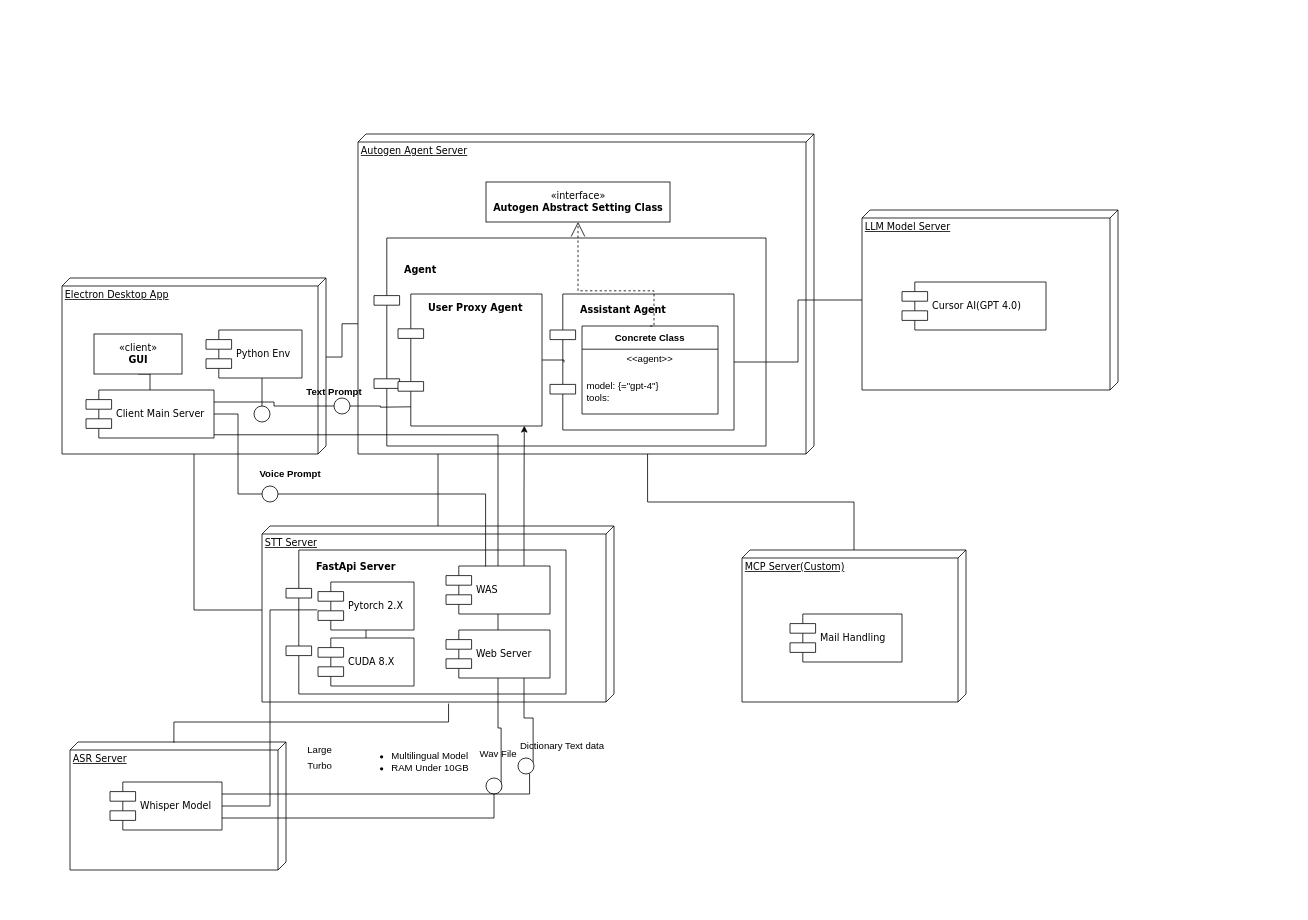
llooll20/testforgit keeps this draw.io diagram as Whole System Component Diagram.drawio. Above is the earlier version. Source tidied: cells renumbered, new cells numbered last; positions are measured from the earlier drawing's top-left corner, leaving out a move shared by most shapes. Both pictures are drawn from the tidied source at 80%, with x=0, y=0 at pixel (62, 134).
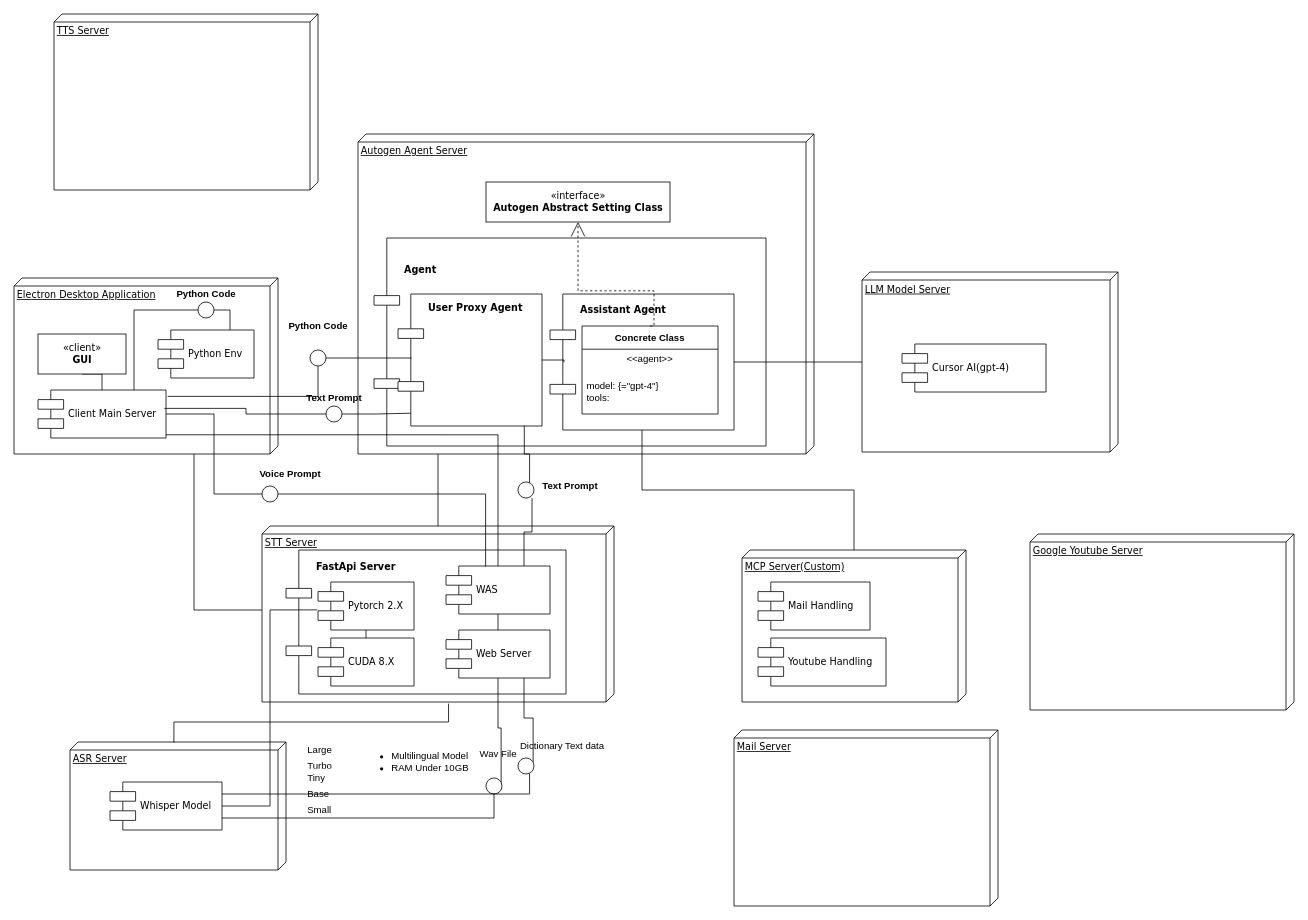
Above is the later version.

Unchanged cells that the change refers to:
```xml
<mxCell id="5" value="Autogen Agent Server" style="verticalAlign=top;align=left;spacingTop=8;spacingLeft=2;spacingRight=12;shape=cube;size=10;direction=south;fontStyle=4;html=1;rounded=0;shadow=0;comic=0;labelBackgroundColor=none;strokeWidth=1;fontFamily=Verdana;fontSize=12;" parent="1" vertex="1">
  <mxGeometry x="370" width="570" height="400" as="geometry" />
</mxCell>
<mxCell id="20" value="MCP Server(Custom)" style="verticalAlign=top;align=left;spacingTop=8;spacingLeft=2;spacingRight=12;shape=cube;size=10;direction=south;fontStyle=4;html=1;rounded=0;shadow=0;comic=0;labelBackgroundColor=none;strokeWidth=1;fontFamily=Verdana;fontSize=12;" parent="1" vertex="1">
  <mxGeometry x="850" y="520" width="280" height="190" as="geometry" />
</mxCell>
<mxCell id="41" value="WAS" style="shape=component;align=left;spacingLeft=36;rounded=0;shadow=0;comic=0;labelBackgroundColor=none;strokeWidth=1;fontFamily=Verdana;fontSize=12;html=1;" parent="1" vertex="1">
  <mxGeometry x="480" y="540" width="130" height="60" as="geometry" />
</mxCell>
<mxCell id="48" value="&lt;h4 style=&quot;padding-bottom: 130px;&quot;&gt;Assistant Agent&lt;/h4&gt;" style="shape=component;align=left;spacingLeft=36;rounded=0;shadow=0;comic=0;labelBackgroundColor=none;strokeWidth=1;fontFamily=Verdana;fontSize=12;html=1;" parent="1" vertex="1">
  <mxGeometry x="610" y="200" width="230" height="170" as="geometry" />
</mxCell>
<mxCell id="49" value="Concrete Class" style="swimlane;fontStyle=1;align=center;verticalAlign=middle;horizontal=1;startSize=29;html=1;whiteSpace=wrap;" parent="1" vertex="1">
  <mxGeometry x="650" y="240" width="170" height="110" as="geometry" />
</mxCell>
<mxCell id="53" value="&lt;h4 style=&quot;padding-bottom: 130px;&quot;&gt;User Proxy Agent&lt;/h4&gt;" style="shape=component;align=left;spacingLeft=36;rounded=0;shadow=0;comic=0;labelBackgroundColor=none;strokeWidth=1;fontFamily=Verdana;fontSize=12;html=1;" parent="1" vertex="1">
  <mxGeometry x="420" y="200" width="180" height="165" as="geometry" />
</mxCell>
```

What changed in the source:
```diff
@@
-    <mxCell id="2" style="edgeStyle=orthogonalEdgeStyle;rounded=0;jettySize=auto;html=1;endArrow=none;startFill=0;entryX=0.593;entryY=0.998;entryDx=0;entryDy=0;entryPerimeter=0;exitX=0.449;exitY=0.004;exitDx=0;exitDy=0;exitPerimeter=0;" parent="1" edge="1" source="3" target="5">
-      <mxGeometry relative="1" as="geometry" />
-    </mxCell>
-    <mxCell id="3" value="Electron Desktop App" style="verticalAlign=top;align=left;spacingTop=8;spacingLeft=2;spacingRight=12;shape=cube;size=10;direction=south;fontStyle=4;html=1;rounded=0;shadow=0;comic=0;labelBackgroundColor=none;strokeWidth=1;fontFamily=Verdana;fontSize=12;" parent="1" vertex="1">
-      <mxGeometry y="180" width="330" height="220" as="geometry" />
+    <mxCell id="3" value="Electron Desktop Application" style="verticalAlign=top;align=left;spacingTop=8;spacingLeft=2;spacingRight=12;shape=cube;size=10;direction=south;fontStyle=4;html=1;rounded=0;shadow=0;comic=0;labelBackgroundColor=none;strokeWidth=1;fontFamily=Verdana;fontSize=12;" parent="1" vertex="1">
+      <mxGeometry x="-60" y="180" width="330" height="220" as="geometry" />
     </mxCell>
-    <mxCell id="4" style="edgeStyle=orthogonalEdgeStyle;rounded=0;jettySize=auto;html=1;exitX=1;exitY=0.365;exitDx=0;exitDy=0;exitPerimeter=0;endArrow=none;startFill=0;" parent="1" edge="1" source="5" target="20">
-      <mxGeometry relative="1" as="geometry" />
-    </mxCell>
@@
     <mxCell id="8" value="«client»&lt;br&gt;&lt;b&gt;GUI&lt;/b&gt;" style="html=1;rounded=0;shadow=0;comic=0;labelBackgroundColor=none;strokeWidth=1;fontFamily=Verdana;fontSize=12;align=center;" parent="1" vertex="1">
-      <mxGeometry x="40" y="250" width="110" height="50" as="geometry" />
+      <mxGeometry x="-30" y="250" width="110" height="50" as="geometry" />
     </mxCell>
@@
     <mxCell id="11" value="Python Env" style="shape=component;align=left;spacingLeft=36;rounded=0;shadow=0;comic=0;labelBackgroundColor=none;strokeWidth=1;fontFamily=Verdana;fontSize=12;html=1;" parent="1" vertex="1">
-      <mxGeometry x="180" y="245" width="120" height="60" as="geometry" />
+      <mxGeometry x="120" y="245" width="120" height="60" as="geometry" />
     </mxCell>
-    <mxCell id="12" style="ellipse;whiteSpace=wrap;html=1;rounded=0;shadow=0;comic=0;labelBackgroundColor=none;strokeWidth=1;fontFamily=Verdana;fontSize=12;align=center;" parent="1" vertex="1">
-      <mxGeometry x="240" y="340" width="20" height="20" as="geometry" />
-    </mxCell>
@@
-    <mxCell id="16" style="edgeStyle=elbowEdgeStyle;rounded=0;html=1;labelBackgroundColor=none;startArrow=none;startFill=0;startSize=8;endArrow=none;endFill=0;endSize=16;fontFamily=Verdana;fontSize=12;" parent="1" edge="1" source="12" target="11">
-      <mxGeometry relative="1" as="geometry" />
-    </mxCell>
@@
     <mxCell id="19" value="LLM Model Server" style="verticalAlign=top;align=left;spacingTop=8;spacingLeft=2;spacingRight=12;shape=cube;size=10;direction=south;fontStyle=4;html=1;rounded=0;shadow=0;comic=0;labelBackgroundColor=none;strokeWidth=1;fontFamily=Verdana;fontSize=12;" parent="1" vertex="1">
-      <mxGeometry x="1000" y="95" width="320" height="225" as="geometry" />
+      <mxGeometry x="1000" y="172.5" width="320" height="225" as="geometry" />
     </mxCell>
@@
     <mxCell id="24" style="shape=table;startSize=0;childLayout=tableLayout;fontSize=11;fillColor=none;strokeColor=none;" parent="1" vertex="1">
-      <mxGeometry x="300" y="760" width="60" height="50" as="geometry" />
+      <mxGeometry x="300" y="760" width="60" height="115" as="geometry" />
     </mxCell>
@@
     <mxCell id="29" style="shape=tableRow;horizontal=0;startSize=0;swimlaneHead=0;swimlaneBody=0;strokeColor=inherit;top=0;left=0;bottom=0;right=0;fillColor=none;fontSize=16;" parent="24" vertex="1">
-      <mxGeometry y="35" width="60" height="15" as="geometry" />
+      <mxGeometry y="35" width="60" height="20" as="geometry" />
     </mxCell>
-    <mxCell id="30" style="shape=partialRectangle;html=1;whiteSpace=wrap;strokeColor=inherit;overflow=hidden;fillColor=none;top=0;left=0;bottom=0;right=0;fontSize=12;align=left;spacingLeft=5;" parent="29" vertex="1">
-      <mxGeometry width="60" height="15" as="geometry" />
+    <mxCell id="30" value="Tiny" style="shape=partialRectangle;html=1;whiteSpace=wrap;strokeColor=inherit;overflow=hidden;fillColor=none;top=0;left=0;bottom=0;right=0;fontSize=12;align=left;spacingLeft=5;" parent="29" vertex="1">
+      <mxGeometry width="60" height="20" as="geometry" />
     </mxCell>
+    <mxCell id="66" style="shape=tableRow;horizontal=0;startSize=0;swimlaneHead=0;swimlaneBody=0;strokeColor=inherit;top=0;left=0;bottom=0;right=0;fillColor=none;fontSize=16;" parent="24" vertex="1">
+      <mxGeometry y="55" width="60" height="20" as="geometry" />
+    </mxCell>
+    <mxCell id="67" value="Base" style="shape=partialRectangle;html=1;whiteSpace=wrap;strokeColor=inherit;overflow=hidden;fillColor=none;top=0;left=0;bottom=0;right=0;fontSize=12;align=left;spacingLeft=5;" parent="66" vertex="1">
+      <mxGeometry width="60" height="20" as="geometry" />
+    </mxCell>
+    <mxCell id="68" style="shape=tableRow;horizontal=0;startSize=0;swimlaneHead=0;swimlaneBody=0;strokeColor=inherit;top=0;left=0;bottom=0;right=0;fillColor=none;fontSize=16;" parent="24" vertex="1">
+      <mxGeometry y="75" width="60" height="20" as="geometry" />
+    </mxCell>
+    <mxCell id="69" value="Small" style="shape=partialRectangle;html=1;whiteSpace=wrap;strokeColor=inherit;overflow=hidden;fillColor=none;top=0;left=0;bottom=0;right=0;fontSize=12;align=left;spacingLeft=5;" parent="68" vertex="1">
+      <mxGeometry width="60" height="20" as="geometry" />
+    </mxCell>
+    <mxCell id="70" style="shape=tableRow;horizontal=0;startSize=0;swimlaneHead=0;swimlaneBody=0;strokeColor=inherit;top=0;left=0;bottom=0;right=0;fillColor=none;fontSize=16;" parent="24" vertex="1">
+      <mxGeometry y="95" width="60" height="20" as="geometry" />
+    </mxCell>
+    <mxCell id="71" style="shape=partialRectangle;html=1;whiteSpace=wrap;strokeColor=inherit;overflow=hidden;fillColor=none;top=0;left=0;bottom=0;right=0;fontSize=12;align=left;spacingLeft=5;" parent="70" vertex="1">
+      <mxGeometry width="60" height="20" as="geometry" />
+    </mxCell>
@@
     <mxCell id="32" value="Mail Handling" style="shape=component;align=left;spacingLeft=36;rounded=0;shadow=0;comic=0;labelBackgroundColor=none;strokeWidth=1;fontFamily=Verdana;fontSize=12;html=1;" parent="1" vertex="1">
-      <mxGeometry x="910" y="600" width="140" height="60" as="geometry" />
+      <mxGeometry x="870" y="560" width="140" height="60" as="geometry" />
     </mxCell>
-    <mxCell id="33" value="Cursor AI(GPT 4.0)" style="shape=component;align=left;spacingLeft=36;rounded=0;shadow=0;comic=0;labelBackgroundColor=none;strokeWidth=1;fontFamily=Verdana;fontSize=12;html=1;" parent="1" vertex="1">
-      <mxGeometry x="1050" y="185" width="180" height="60" as="geometry" />
+    <mxCell id="33" value="Cursor AI(gpt-4)" style="shape=component;align=left;spacingLeft=36;rounded=0;shadow=0;comic=0;labelBackgroundColor=none;strokeWidth=1;fontFamily=Verdana;fontSize=12;html=1;" parent="1" vertex="1">
+      <mxGeometry x="1050" y="262.5" width="180" height="60" as="geometry" />
     </mxCell>
@@
+    <mxCell id="72" style="edgeStyle=orthogonalEdgeStyle;rounded=0;jettySize=auto;html=1;exitX=0.75;exitY=0;exitDx=0;exitDy=0;entryX=0;entryY=0.5;entryDx=0;entryDy=0;endArrow=none;startFill=0;" parent="1" edge="1" source="38" target="81">
+      <mxGeometry relative="1" as="geometry" />
+    </mxCell>
     <mxCell id="38" value="Client Main Server" style="shape=component;align=left;spacingLeft=36;rounded=0;shadow=0;comic=0;labelBackgroundColor=none;strokeWidth=1;fontFamily=Verdana;fontSize=12;html=1;" parent="1" vertex="1">
-      <mxGeometry x="30" y="320" width="160" height="60" as="geometry" />
+      <mxGeometry x="-30" y="320" width="160" height="60" as="geometry" />
     </mxCell>
@@
-    <mxCell id="40" style="edgeStyle=orthogonalEdgeStyle;rounded=0;jettySize=auto;html=1;exitX=0.75;exitY=0;exitDx=0;exitDy=0;entryX=0.877;entryY=0.998;entryDx=0;entryDy=0;entryPerimeter=0;" parent="1" edge="1" source="41" target="53">
-      <mxGeometry relative="1" as="geometry" />
-    </mxCell>
@@
-    <mxCell id="51" value="model: {=&quot;gpt-4&quot;}&lt;div&gt;tools:&amp;nbsp;&lt;/div&gt;" style="text;html=1;strokeColor=none;fillColor=none;align=left;verticalAlign=middle;spacingLeft=4;spacingRight=4;overflow=hidden;whiteSpace=wrap;" parent="49" vertex="1">
+    <mxCell id="51" value="model: {=&quot;gpt-4&quot;}&lt;div&gt;tools:&lt;/div&gt;" style="text;html=1;strokeColor=none;fillColor=none;align=left;verticalAlign=middle;spacingLeft=4;spacingRight=4;overflow=hidden;whiteSpace=wrap;" parent="49" vertex="1">
       <mxGeometry y="54" width="170" height="56" as="geometry" />
     </mxCell>
@@
     <mxCell id="55" style="ellipse;whiteSpace=wrap;html=1;rounded=0;shadow=0;comic=0;labelBackgroundColor=none;strokeWidth=1;fontFamily=Verdana;fontSize=12;align=center;" parent="1" vertex="1">
-      <mxGeometry x="340" y="330" width="20" height="20" as="geometry" />
+      <mxGeometry x="330" y="340" width="20" height="20" as="geometry" />
     </mxCell>
-    <mxCell id="56" style="edgeStyle=elbowEdgeStyle;rounded=0;html=1;labelBackgroundColor=none;startArrow=none;startFill=0;startSize=8;endArrow=none;endFill=0;endSize=16;fontFamily=Verdana;fontSize=12;entryX=1;entryY=0.25;entryDx=0;entryDy=0;" parent="1" edge="1" source="55" target="38">
-      <mxGeometry relative="1" as="geometry" />
+    <mxCell id="56" style="edgeStyle=elbowEdgeStyle;rounded=0;html=1;labelBackgroundColor=none;startArrow=none;startFill=0;startSize=8;endArrow=none;endFill=0;endSize=16;fontFamily=Verdana;fontSize=12;entryX=0.988;entryY=0.383;entryDx=0;entryDy=0;entryPerimeter=0;" parent="1" edge="1" source="55" target="38">
+      <mxGeometry relative="1" as="geometry">
+        <Array as="points">
+          <mxPoint x="230" y="350" />
+        </Array>
+      </mxGeometry>
     </mxCell>
     <mxCell id="57" style="edgeStyle=orthogonalEdgeStyle;rounded=0;jettySize=auto;html=1;exitX=1;exitY=0.5;exitDx=0;exitDy=0;endArrow=none;startFill=0;" parent="1" edge="1" source="55">
       <mxGeometry relative="1" as="geometry">
-        <mxPoint x="436" y="341" as="targetPoint" />
+        <mxPoint x="436" y="349" as="targetPoint" />
       </mxGeometry>
     </mxCell>
-    <mxCell id="58" value="&lt;h4&gt;Text Prompt&lt;/h4&gt;" style="text;html=1;align=center;verticalAlign=middle;strokeColor=none;fillColor=none;" parent="1" vertex="1">
-      <mxGeometry x="295" y="293" width="90" height="60" as="geometry" />
-    </mxCell>
@@
+    <mxCell id="4" style="edgeStyle=orthogonalEdgeStyle;rounded=0;jettySize=auto;html=1;exitX=0.5;exitY=1;exitDx=0;exitDy=0;endArrow=none;startFill=0;" parent="1" edge="1" source="48" target="20">
+      <mxGeometry relative="1" as="geometry" />
+    </mxCell>
+    <mxCell id="73" style="edgeStyle=orthogonalEdgeStyle;rounded=0;jettySize=auto;html=1;exitX=1;exitY=0.5;exitDx=0;exitDy=0;endArrow=none;startFill=0;entryX=0.094;entryY=0.485;entryDx=0;entryDy=0;entryPerimeter=0;" parent="1" edge="1" source="74" target="53">
+      <mxGeometry relative="1" as="geometry" />
+    </mxCell>
+    <mxCell id="74" style="ellipse;whiteSpace=wrap;html=1;rounded=0;shadow=0;comic=0;labelBackgroundColor=none;strokeWidth=1;fontFamily=Verdana;fontSize=12;align=center;" parent="1" vertex="1">
+      <mxGeometry x="310" y="270" width="20" height="20" as="geometry" />
+    </mxCell>
+    <mxCell id="75" style="edgeStyle=orthogonalEdgeStyle;rounded=0;jettySize=auto;html=1;exitX=1.013;exitY=0.133;exitDx=0;exitDy=0;endArrow=none;startFill=0;exitPerimeter=0;" parent="1" edge="1" source="38" target="74">
+      <mxGeometry relative="1" as="geometry" />
+    </mxCell>
+    <mxCell id="76" value="&lt;h4&gt;Python Code&lt;/h4&gt;" style="text;html=1;align=center;verticalAlign=middle;strokeColor=none;fillColor=none;" parent="1" vertex="1">
+      <mxGeometry x="270" y="210" width="100" height="60" as="geometry" />
+    </mxCell>
+    <mxCell id="77" style="edgeStyle=orthogonalEdgeStyle;rounded=0;jettySize=auto;html=1;exitX=0.75;exitY=0;exitDx=0;exitDy=0;entryX=0.877;entryY=0.998;entryDx=0;entryDy=0;entryPerimeter=0;endArrow=none;startFill=0;" parent="1" edge="1" source="41" target="78">
+      <mxGeometry relative="1" as="geometry" />
+    </mxCell>
+    <mxCell id="78" style="ellipse;whiteSpace=wrap;html=1;rounded=0;shadow=0;comic=0;labelBackgroundColor=none;strokeWidth=1;fontFamily=Verdana;fontSize=12;align=center;" parent="1" vertex="1">
+      <mxGeometry x="570" y="435" width="20" height="20" as="geometry" />
+    </mxCell>
+    <mxCell id="79" value="&lt;h4&gt;Text Prompt&lt;/h4&gt;" style="text;html=1;align=center;verticalAlign=middle;strokeColor=none;fillColor=none;" parent="1" vertex="1">
+      <mxGeometry x="590" y="410" width="90" height="60" as="geometry" />
+    </mxCell>
+    <mxCell id="40" style="edgeStyle=orthogonalEdgeStyle;rounded=0;jettySize=auto;html=1;exitX=0.75;exitY=0;exitDx=0;exitDy=0;entryX=0.877;entryY=0.998;entryDx=0;entryDy=0;entryPerimeter=0;endArrow=none;startFill=0;" parent="1" edge="1" source="78" target="53">
+      <mxGeometry relative="1" as="geometry" />
+    </mxCell>
+    <mxCell id="58" value="&lt;h4&gt;Text Prompt&lt;/h4&gt;" style="text;html=1;align=center;verticalAlign=middle;strokeColor=none;fillColor=none;" parent="1" vertex="1">
+      <mxGeometry x="295" y="300" width="90" height="60" as="geometry" />
+    </mxCell>
+    <mxCell id="80" style="edgeStyle=orthogonalEdgeStyle;rounded=0;jettySize=auto;html=1;exitX=1;exitY=0.5;exitDx=0;exitDy=0;entryX=0.75;entryY=0;entryDx=0;entryDy=0;endArrow=none;startFill=0;" parent="1" edge="1" source="81" target="11">
+      <mxGeometry relative="1" as="geometry" />
+    </mxCell>
+    <mxCell id="81" style="ellipse;whiteSpace=wrap;html=1;rounded=0;shadow=0;comic=0;labelBackgroundColor=none;strokeWidth=1;fontFamily=Verdana;fontSize=12;align=center;" parent="1" vertex="1">
+      <mxGeometry x="170" y="210" width="20" height="20" as="geometry" />
+    </mxCell>
+    <mxCell id="82" value="&lt;h4&gt;Python Code&lt;/h4&gt;" style="text;html=1;align=center;verticalAlign=middle;strokeColor=none;fillColor=none;" parent="1" vertex="1">
+      <mxGeometry x="130" y="170" width="100" height="60" as="geometry" />
+    </mxCell>
+    <mxCell id="83" value="TTS Server" style="verticalAlign=top;align=left;spacingTop=8;spacingLeft=2;spacingRight=12;shape=cube;size=10;direction=south;fontStyle=4;html=1;rounded=0;shadow=0;comic=0;labelBackgroundColor=none;strokeWidth=1;fontFamily=Verdana;fontSize=12;" parent="1" vertex="1">
+      <mxGeometry x="-10" y="-150" width="330" height="220" as="geometry" />
+    </mxCell>
+    <mxCell id="84" value="Mail Server" style="verticalAlign=top;align=left;spacingTop=8;spacingLeft=2;spacingRight=12;shape=cube;size=10;direction=south;fontStyle=4;html=1;rounded=0;shadow=0;comic=0;labelBackgroundColor=none;strokeWidth=1;fontFamily=Verdana;fontSize=12;" parent="1" vertex="1">
+      <mxGeometry x="840" y="745" width="330" height="220" as="geometry" />
+    </mxCell>
+    <mxCell id="85" value="Google Youtube Server" style="verticalAlign=top;align=left;spacingTop=8;spacingLeft=2;spacingRight=12;shape=cube;size=10;direction=south;fontStyle=4;html=1;rounded=0;shadow=0;comic=0;labelBackgroundColor=none;strokeWidth=1;fontFamily=Verdana;fontSize=12;" parent="1" vertex="1">
+      <mxGeometry x="1210" y="500" width="330" height="220" as="geometry" />
+    </mxCell>
+    <mxCell id="86" value="Youtube Handling" style="shape=component;align=left;spacingLeft=36;rounded=0;shadow=0;comic=0;labelBackgroundColor=none;strokeWidth=1;fontFamily=Verdana;fontSize=12;html=1;" parent="1" vertex="1">
+      <mxGeometry x="870" y="630" width="160" height="60" as="geometry" />
+    </mxCell>
```
